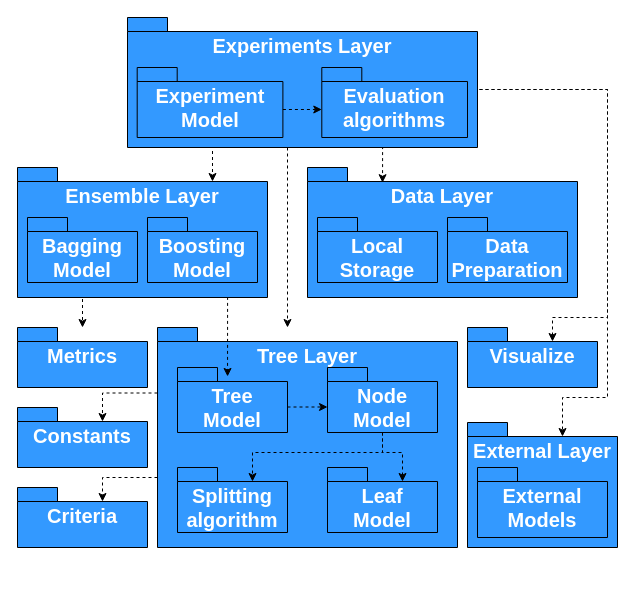
Before: page "Страница — 2" (2 of 2) of doc/BaseArchitecture2023.drawio in iuliivasilev/dev-survivors, a draw.io diagram. Source tidied: cells renumbered, new cells numbered last; positions are measured from the earlier drawing's top-left corner, leaving out a move shared by most shapes. Both pictures are drawn from the tidied source at 100%, with x=0, y=0 at pixel (17, 17).
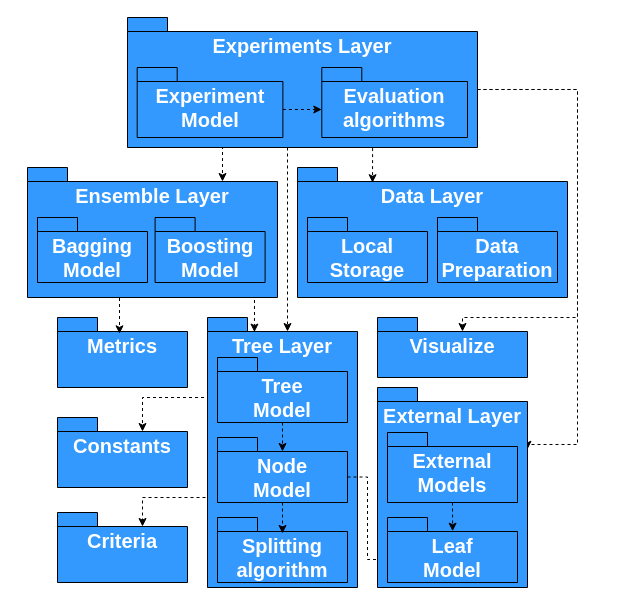
After the change.

The change refers to these unchanged cells:
```xml
<mxCell id="31" value="Experiments Layer" style="shape=folder;fontStyle=1;spacingTop=10;tabWidth=40;tabHeight=14;tabPosition=left;whiteSpace=wrap;labelBackgroundColor=none;fillColor=#3399FF;strokeColor=#000000;labelPosition=center;verticalLabelPosition=middle;align=center;verticalAlign=top;fontSize=20;fontColor=#FFFFFF;html=1;labelBorderColor=none;" parent="1" vertex="1">
  <mxGeometry x="110" width="350" height="130" as="geometry" />
</mxCell>
```

Change to the diagram source:
```diff
@@
     <mxCell id="2" value="Metrics" style="shape=folder;fontStyle=1;spacingTop=10;tabWidth=40;tabHeight=14;tabPosition=left;whiteSpace=wrap;labelBackgroundColor=none;fillColor=#3399FF;strokeColor=#000000;labelPosition=center;verticalLabelPosition=middle;align=center;verticalAlign=top;fontSize=20;fontColor=#FFFFFF;html=1;labelBorderColor=none;" parent="1" vertex="1">
-      <mxGeometry y="310" width="130" height="60" as="geometry" />
+      <mxGeometry x="40" y="300" width="130" height="70" as="geometry" />
     </mxCell>
     <mxCell id="3" value="Criteria" style="shape=folder;fontStyle=1;spacingTop=10;tabWidth=40;tabHeight=14;tabPosition=left;whiteSpace=wrap;labelBackgroundColor=none;fillColor=#3399FF;strokeColor=#000000;labelPosition=center;verticalLabelPosition=middle;align=center;verticalAlign=top;fontSize=20;fontColor=#FFFFFF;html=1;labelBorderColor=none;" parent="1" vertex="1">
-      <mxGeometry y="470" width="130" height="60" as="geometry" />
+      <mxGeometry x="40" y="495" width="130" height="70" as="geometry" />
     </mxCell>
@@
-    <mxCell id="5" style="edgeStyle=orthogonalEdgeStyle;rounded=0;jettySize=auto;exitX=0.25;exitY=1;exitDx=0;exitDy=0;exitPerimeter=0;dashed=1;fontColor=#FFFFFF;html=1;labelBorderColor=none;labelBackgroundColor=none;" parent="1" edge="1" source="18" target="2">
-      <mxGeometry relative="1" as="geometry">
-        <Array as="points">
-          <mxPoint x="65" y="270" />
-        </Array>
-      </mxGeometry>
-    </mxCell>
-    <mxCell id="6" value="Tree Layer" style="shape=folder;fontStyle=1;spacingTop=10;tabWidth=40;tabHeight=14;tabPosition=left;whiteSpace=wrap;labelBackgroundColor=none;fillColor=#3399FF;strokeColor=#000000;labelPosition=center;verticalLabelPosition=middle;align=center;verticalAlign=top;fontSize=20;fontColor=#FFFFFF;html=1;labelBorderColor=none;" parent="1" vertex="1">
-      <mxGeometry x="140" y="310" width="300" height="220" as="geometry" />
-    </mxCell>
-    <mxCell id="7" value="Splitting algorithm" style="shape=folder;fontStyle=1;spacingTop=10;tabWidth=40;tabHeight=14;tabPosition=left;whiteSpace=wrap;labelBackgroundColor=none;fillColor=#3399FF;strokeColor=#000000;labelPosition=center;verticalLabelPosition=middle;align=center;verticalAlign=top;fontSize=20;fontColor=#FFFFFF;html=1;labelBorderColor=none;" parent="1" vertex="1">
-      <mxGeometry x="160" y="450" width="110" height="65" as="geometry" />
-    </mxCell>
-    <mxCell id="8" value="Node Model" style="shape=folder;fontStyle=1;spacingTop=10;tabWidth=40;tabHeight=14;tabPosition=left;whiteSpace=wrap;labelBackgroundColor=none;fillColor=#3399FF;strokeColor=#000000;labelPosition=center;verticalLabelPosition=middle;align=center;verticalAlign=top;fontSize=20;fontColor=#FFFFFF;html=1;labelBorderColor=none;" parent="1" vertex="1">
-      <mxGeometry x="310" y="350" width="110" height="65" as="geometry" />
-    </mxCell>
-    <mxCell id="9" value="Tree&lt;br&gt;Model" style="shape=folder;fontStyle=1;spacingTop=10;tabWidth=40;tabHeight=14;tabPosition=left;whiteSpace=wrap;labelBackgroundColor=none;fillColor=#3399FF;strokeColor=#000000;labelPosition=center;verticalLabelPosition=middle;align=center;verticalAlign=top;fontSize=20;fontColor=#FFFFFF;html=1;labelBorderColor=none;" parent="1" vertex="1">
-      <mxGeometry x="160" y="350" width="110" height="65" as="geometry" />
-    </mxCell>
-    <mxCell id="10" value="Leaf&lt;br&gt;Model" style="shape=folder;fontStyle=1;spacingTop=10;tabWidth=40;tabHeight=14;tabPosition=left;whiteSpace=wrap;labelBackgroundColor=none;fillColor=#3399FF;strokeColor=#000000;labelPosition=center;verticalLabelPosition=middle;align=center;verticalAlign=top;fontSize=20;fontColor=#FFFFFF;html=1;labelBorderColor=none;" parent="1" vertex="1">
-      <mxGeometry x="310" y="450" width="110" height="65" as="geometry" />
-    </mxCell>
-    <mxCell id="11" style="edgeStyle=orthogonalEdgeStyle;rounded=0;jettySize=auto;exitX=0.5;exitY=1;exitDx=0;exitDy=0;exitPerimeter=0;entryX=0;entryY=0;entryDx=75;entryDy=14;entryPerimeter=0;dashed=1;fontColor=#FFFFFF;html=1;labelBorderColor=none;labelBackgroundColor=none;" parent="1" edge="1" source="8" target="7">
-      <mxGeometry relative="1" as="geometry">
-        <Array as="points">
-          <mxPoint x="365" y="435" />
-          <mxPoint x="235" y="435" />
-        </Array>
-      </mxGeometry>
-    </mxCell>
-    <mxCell id="12" style="edgeStyle=orthogonalEdgeStyle;rounded=0;jettySize=auto;exitX=0.5;exitY=1;exitDx=0;exitDy=0;exitPerimeter=0;entryX=0;entryY=0;entryDx=75;entryDy=14;entryPerimeter=0;dashed=1;fontColor=#FFFFFF;html=1;labelBorderColor=none;labelBackgroundColor=none;" parent="1" edge="1" source="8" target="10">
-      <mxGeometry relative="1" as="geometry" />
-    </mxCell>
-    <mxCell id="13" style="edgeStyle=orthogonalEdgeStyle;rounded=0;jettySize=auto;exitX=0;exitY=0;exitDx=110;exitDy=39.5;exitPerimeter=0;entryX=0;entryY=0;entryDx=0;entryDy=39.5;entryPerimeter=0;dashed=1;fontColor=#FFFFFF;html=1;labelBorderColor=none;labelBackgroundColor=none;" parent="1" edge="1" source="9" target="8">
-      <mxGeometry relative="1" as="geometry" />
-    </mxCell>
-    <mxCell id="14" style="edgeStyle=orthogonalEdgeStyle;rounded=0;jettySize=auto;exitX=0.75;exitY=1;exitDx=0;exitDy=0;exitPerimeter=0;entryX=0.455;entryY=0.138;entryDx=0;entryDy=0;entryPerimeter=0;dashed=1;fontColor=#FFFFFF;html=1;labelBorderColor=none;labelBackgroundColor=none;" parent="1" edge="1" source="18" target="9">
-      <mxGeometry relative="1" as="geometry">
-        <Array as="points">
-          <mxPoint x="210" y="270" />
-        </Array>
-      </mxGeometry>
-    </mxCell>
     <mxCell id="15" value="Data Layer" style="shape=folder;fontStyle=1;spacingTop=10;tabWidth=40;tabHeight=14;tabPosition=left;whiteSpace=wrap;labelBackgroundColor=none;fillColor=#3399FF;strokeColor=#000000;labelPosition=center;verticalLabelPosition=middle;align=center;verticalAlign=top;fontSize=20;fontColor=#FFFFFF;html=1;labelBorderColor=none;" parent="1" vertex="1">
-      <mxGeometry x="290" y="150" width="270" height="130" as="geometry" />
+      <mxGeometry x="280" y="150" width="270" height="130" as="geometry" />
     </mxCell>
     <mxCell id="16" value="Local&lt;br&gt;Storage" style="shape=folder;fontStyle=1;spacingTop=10;tabWidth=40;tabHeight=14;tabPosition=left;whiteSpace=wrap;labelBackgroundColor=none;fillColor=#3399FF;strokeColor=#000000;labelPosition=center;verticalLabelPosition=middle;align=center;verticalAlign=top;fontSize=20;fontColor=#FFFFFF;html=1;labelBorderColor=none;" parent="1" vertex="1">
-      <mxGeometry x="300" y="200" width="120" height="65" as="geometry" />
+      <mxGeometry x="290" y="200" width="120" height="65" as="geometry" />
     </mxCell>
     <mxCell id="17" value="Data Preparation" style="shape=folder;fontStyle=1;spacingTop=10;tabWidth=40;tabHeight=14;tabPosition=left;whiteSpace=wrap;labelBackgroundColor=none;fillColor=#3399FF;strokeColor=#000000;labelPosition=center;verticalLabelPosition=middle;align=center;verticalAlign=top;fontSize=20;fontColor=#FFFFFF;html=1;labelBorderColor=none;" parent="1" vertex="1">
-      <mxGeometry x="430" y="200" width="120" height="65" as="geometry" />
+      <mxGeometry x="420" y="200" width="120" height="65" as="geometry" />
     </mxCell>
     <mxCell id="18" value="Ensemble Layer" style="shape=folder;fontStyle=1;spacingTop=10;tabWidth=40;tabHeight=14;tabPosition=left;whiteSpace=wrap;labelBackgroundColor=none;fillColor=#3399FF;strokeColor=#000000;labelPosition=center;verticalLabelPosition=middle;align=center;verticalAlign=top;fontSize=20;fontColor=#FFFFFF;html=1;labelBorderColor=none;" parent="1" vertex="1">
-      <mxGeometry y="150" width="250" height="130" as="geometry" />
+      <mxGeometry x="10" y="150" width="250" height="130" as="geometry" />
     </mxCell>
     <mxCell id="19" value="Bagging Model" style="shape=folder;fontStyle=1;spacingTop=10;tabWidth=40;tabHeight=14;tabPosition=left;whiteSpace=wrap;labelBackgroundColor=none;fillColor=#3399FF;strokeColor=#000000;labelPosition=center;verticalLabelPosition=middle;align=center;verticalAlign=top;fontSize=20;fontColor=#FFFFFF;html=1;labelBorderColor=none;" parent="1" vertex="1">
-      <mxGeometry x="10" y="200" width="110" height="65" as="geometry" />
+      <mxGeometry x="20" y="200" width="110" height="65" as="geometry" />
     </mxCell>
     <mxCell id="20" value="Boosting Model" style="shape=folder;fontStyle=1;spacingTop=10;tabWidth=40;tabHeight=14;tabPosition=left;whiteSpace=wrap;labelBackgroundColor=none;fillColor=#3399FF;strokeColor=#000000;labelPosition=center;verticalLabelPosition=middle;align=center;verticalAlign=top;fontSize=20;fontColor=#FFFFFF;html=1;labelBorderColor=none;" parent="1" vertex="1">
-      <mxGeometry x="130" y="200" width="110" height="65" as="geometry" />
+      <mxGeometry x="137.6" y="200" width="110" height="65" as="geometry" />
     </mxCell>
-    <mxCell id="21" style="edgeStyle=orthogonalEdgeStyle;rounded=0;jettySize=auto;dashed=1;fontColor=#FFFFFF;html=1;labelBorderColor=none;labelBackgroundColor=none;" parent="1" edge="1" target="6">
-      <mxGeometry relative="1" as="geometry">
-        <mxPoint x="270" y="130" as="sourcePoint" />
-        <Array as="points">
-          <mxPoint x="270" y="130" />
-        </Array>
-      </mxGeometry>
-    </mxCell>
@@
     <mxCell id="23" value="Constants" style="shape=folder;fontStyle=1;spacingTop=10;tabWidth=40;tabHeight=14;tabPosition=left;whiteSpace=wrap;labelBackgroundColor=none;fillColor=#3399FF;strokeColor=#000000;labelPosition=center;verticalLabelPosition=middle;align=center;verticalAlign=top;fontSize=20;fontColor=#FFFFFF;html=1;labelBorderColor=none;" parent="1" vertex="1">
-      <mxGeometry y="390" width="130" height="60" as="geometry" />
+      <mxGeometry x="40" y="400" width="130" height="70" as="geometry" />
     </mxCell>
-    <mxCell id="24" style="edgeStyle=orthogonalEdgeStyle;rounded=0;jettySize=auto;entryX=0;entryY=0;entryDx=85;entryDy=14;entryPerimeter=0;dashed=1;fontColor=#FFFFFF;html=1;labelBorderColor=none;labelBackgroundColor=none;" parent="1" edge="1" target="3">
-      <mxGeometry relative="1" as="geometry">
-        <mxPoint x="140" y="460" as="sourcePoint" />
-        <Array as="points">
-          <mxPoint x="140" y="460" />
-          <mxPoint x="85" y="460" />
-        </Array>
-      </mxGeometry>
-    </mxCell>
     <mxCell id="25" style="edgeStyle=orthogonalEdgeStyle;rounded=0;jettySize=auto;exitX=0;exitY=0;exitDx=0;exitDy=65.5;exitPerimeter=0;entryX=0;entryY=0;entryDx=85;entryDy=14;entryPerimeter=0;dashed=1;fontColor=#FFFFFF;html=1;labelBorderColor=none;labelBackgroundColor=none;" parent="1" edge="1" source="6" target="23">
       <mxGeometry relative="1" as="geometry">
         <Array as="points">
-          <mxPoint x="85" y="375" />
+          <mxPoint x="190" y="380" />
+          <mxPoint x="125" y="380" />
         </Array>
       </mxGeometry>
     </mxCell>
-    <mxCell id="26" style="edgeStyle=orthogonalEdgeStyle;rounded=0;jettySize=auto;exitX=0;exitY=0;exitDx=340;exitDy=72;exitPerimeter=0;entryX=0;entryY=0;entryDx=85;entryDy=14;entryPerimeter=0;dashed=1;fontColor=#FFFFFF;html=1;labelBorderColor=none;labelBackgroundColor=none;" parent="1" edge="1" source="31" target="27">
-      <mxGeometry relative="1" as="geometry">
-        <Array as="points">
-          <mxPoint x="590" y="72" />
-          <mxPoint x="590" y="300" />
-          <mxPoint x="535" y="300" />
-        </Array>
-      </mxGeometry>
-    </mxCell>
     <mxCell id="27" value="Visualize" style="shape=folder;fontStyle=1;spacingTop=10;tabWidth=40;tabHeight=14;tabPosition=left;whiteSpace=wrap;labelBackgroundColor=none;fillColor=#3399FF;strokeColor=#000000;labelPosition=center;verticalLabelPosition=middle;align=center;verticalAlign=top;fontSize=20;fontColor=#FFFFFF;html=1;labelBorderColor=none;" parent="1" vertex="1">
-      <mxGeometry x="450" y="310" width="130" height="60" as="geometry" />
+      <mxGeometry x="360" y="300" width="150" height="60" as="geometry" />
     </mxCell>
-    <mxCell id="28" style="edgeStyle=orthogonalEdgeStyle;rounded=0;jettySize=auto;exitX=0;exitY=0;exitDx=340;exitDy=72;exitPerimeter=0;dashed=1;jumpStyle=line;entryX=0;entryY=0;entryDx=95;entryDy=14;entryPerimeter=0;fontColor=#FFFFFF;html=1;labelBorderColor=none;labelBackgroundColor=none;" parent="1" edge="1" source="31" target="29">
-      <mxGeometry relative="1" as="geometry">
-        <Array as="points">
-          <mxPoint x="590" y="72" />
-          <mxPoint x="590" y="380" />
-          <mxPoint x="545" y="380" />
-        </Array>
-      </mxGeometry>
-    </mxCell>
-    <mxCell id="29" value="External Layer" style="shape=folder;fontStyle=1;spacingTop=10;tabWidth=40;tabHeight=14;tabPosition=left;whiteSpace=wrap;labelBackgroundColor=none;fillColor=#3399FF;strokeColor=#000000;labelPosition=center;verticalLabelPosition=middle;align=center;verticalAlign=top;fontSize=20;fontColor=#FFFFFF;html=1;labelBorderColor=none;" parent="1" vertex="1">
-      <mxGeometry x="450" y="405" width="150" height="125" as="geometry" />
-    </mxCell>
-    <mxCell id="30" value="External Models" style="shape=folder;fontStyle=1;spacingTop=10;tabWidth=40;tabHeight=14;tabPosition=left;whiteSpace=wrap;labelBackgroundColor=none;fillColor=#3399FF;strokeColor=#000000;labelPosition=center;verticalLabelPosition=middle;align=center;verticalAlign=top;fontSize=20;fontColor=#FFFFFF;html=1;labelBorderColor=none;" parent="1" vertex="1">
-      <mxGeometry x="460" y="450" width="130" height="70" as="geometry" />
-    </mxCell>
@@
+    <mxCell id="35" style="edgeStyle=orthogonalEdgeStyle;rounded=0;jettySize=auto;html=1;exitX=0.75;exitY=1;exitDx=0;exitDy=0;exitPerimeter=0;entryX=0.313;entryY=0.054;entryDx=0;entryDy=0;entryPerimeter=0;dashed=1;" parent="1" edge="1" source="18" target="6">
+      <mxGeometry relative="1" as="geometry">
+        <Array as="points">
+          <mxPoint x="237" y="280" />
+        </Array>
+      </mxGeometry>
+    </mxCell>
+    <mxCell id="36" style="edgeStyle=orthogonalEdgeStyle;rounded=0;jettySize=auto;html=1;exitX=0;exitY=0;exitDx=0;exitDy=152;exitPerimeter=0;entryX=0;entryY=0;entryDx=85;entryDy=14;entryPerimeter=0;dashed=1;" parent="1" edge="1" source="6" target="3">
+      <mxGeometry relative="1" as="geometry">
+        <Array as="points">
+          <mxPoint x="190" y="480" />
+          <mxPoint x="125" y="480" />
+        </Array>
+      </mxGeometry>
+    </mxCell>
+    <mxCell id="28" style="edgeStyle=orthogonalEdgeStyle;rounded=0;jettySize=auto;html=1;exitX=0;exitY=0;exitDx=350;exitDy=72;exitPerimeter=0;entryX=0;entryY=0;entryDx=150;entryDy=61.75;entryPerimeter=0;dashed=1;" parent="1" edge="1" source="31" target="29">
+      <mxGeometry relative="1" as="geometry">
+        <Array as="points">
+          <mxPoint x="560" y="72" />
+          <mxPoint x="560" y="427" />
+        </Array>
+      </mxGeometry>
+    </mxCell>
+    <mxCell id="5" style="edgeStyle=orthogonalEdgeStyle;rounded=0;jettySize=auto;html=1;exitX=0.25;exitY=1;exitDx=0;exitDy=0;exitPerimeter=0;entryX=0.477;entryY=0.233;entryDx=0;entryDy=0;entryPerimeter=0;dashed=1;" parent="1" edge="1" source="18" target="2">
+      <mxGeometry relative="1" as="geometry">
+        <Array as="points">
+          <mxPoint x="102" y="280" />
+        </Array>
+      </mxGeometry>
+    </mxCell>
+    <mxCell id="6" value="Tree Layer" style="shape=folder;fontStyle=1;spacingTop=10;tabWidth=40;tabHeight=14;tabPosition=left;whiteSpace=wrap;labelBackgroundColor=none;fillColor=#3399FF;strokeColor=#000000;labelPosition=center;verticalLabelPosition=middle;align=center;verticalAlign=top;fontSize=20;fontColor=#FFFFFF;html=1;labelBorderColor=none;" parent="1" vertex="1">
+      <mxGeometry x="190" y="300" width="150" height="270" as="geometry" />
+    </mxCell>
+    <mxCell id="7" value="Splitting algorithm" style="shape=folder;fontStyle=1;spacingTop=10;tabWidth=40;tabHeight=14;tabPosition=left;whiteSpace=wrap;labelBackgroundColor=none;fillColor=#3399FF;strokeColor=#000000;labelPosition=center;verticalLabelPosition=middle;align=center;verticalAlign=top;fontSize=20;fontColor=#FFFFFF;html=1;labelBorderColor=none;" parent="1" vertex="1">
+      <mxGeometry x="200" y="500" width="130" height="65" as="geometry" />
+    </mxCell>
+    <mxCell id="8" value="Node &lt;br&gt;Model" style="shape=folder;fontStyle=1;spacingTop=10;tabWidth=40;tabHeight=14;tabPosition=left;whiteSpace=wrap;labelBackgroundColor=none;fillColor=#3399FF;strokeColor=#000000;labelPosition=center;verticalLabelPosition=middle;align=center;verticalAlign=top;fontSize=20;fontColor=#FFFFFF;html=1;labelBorderColor=none;" parent="1" vertex="1">
+      <mxGeometry x="200" y="420" width="130" height="65" as="geometry" />
+    </mxCell>
+    <mxCell id="9" value="Tree&lt;br&gt;Model" style="shape=folder;fontStyle=1;spacingTop=10;tabWidth=40;tabHeight=14;tabPosition=left;whiteSpace=wrap;labelBackgroundColor=none;fillColor=#3399FF;strokeColor=#000000;labelPosition=center;verticalLabelPosition=middle;align=center;verticalAlign=top;fontSize=20;fontColor=#FFFFFF;html=1;labelBorderColor=none;" parent="1" vertex="1">
+      <mxGeometry x="200" y="340" width="130" height="65" as="geometry" />
+    </mxCell>
+    <mxCell id="13" style="edgeStyle=orthogonalEdgeStyle;rounded=0;jettySize=auto;html=1;exitX=0.5;exitY=1;exitDx=0;exitDy=0;exitPerimeter=0;entryX=0.5;entryY=0.215;entryDx=0;entryDy=0;entryPerimeter=0;dashed=1;" parent="1" edge="1" source="9" target="8">
+      <mxGeometry relative="1" as="geometry" />
+    </mxCell>
+    <mxCell id="11" style="edgeStyle=orthogonalEdgeStyle;rounded=0;jettySize=auto;html=1;exitX=0.5;exitY=1;exitDx=0;exitDy=0;exitPerimeter=0;entryX=0.5;entryY=0.246;entryDx=0;entryDy=0;entryPerimeter=0;dashed=1;" parent="1" edge="1" source="8" target="7">
+      <mxGeometry relative="1" as="geometry" />
+    </mxCell>
+    <mxCell id="26" style="edgeStyle=orthogonalEdgeStyle;rounded=0;jettySize=auto;html=1;exitX=0;exitY=0;exitDx=350;exitDy=72;exitPerimeter=0;entryX=0;entryY=0;entryDx=85;entryDy=14;entryPerimeter=0;dashed=1;" parent="1" edge="1" source="31" target="27">
+      <mxGeometry relative="1" as="geometry">
+        <Array as="points">
+          <mxPoint x="560" y="72" />
+          <mxPoint x="560" y="300" />
+          <mxPoint x="445" y="300" />
+        </Array>
+      </mxGeometry>
+    </mxCell>
+    <mxCell id="12" style="edgeStyle=orthogonalEdgeStyle;rounded=0;jettySize=auto;html=1;exitX=0;exitY=0;exitDx=130;exitDy=39.5;exitPerimeter=0;entryX=0;entryY=0;entryDx=0;entryDy=42;entryPerimeter=0;dashed=1;" parent="1" edge="1" source="8" target="10">
+      <mxGeometry relative="1" as="geometry" />
+    </mxCell>
+    <mxCell id="37" style="edgeStyle=orthogonalEdgeStyle;rounded=0;orthogonalLoop=1;jettySize=auto;html=1;dashed=1;" parent="1" edge="1">
+      <mxGeometry relative="1" as="geometry">
+        <mxPoint x="270" y="130" as="sourcePoint" />
+        <mxPoint x="270" y="314" as="targetPoint" />
+        <Array as="points">
+          <mxPoint x="270" y="130" />
+          <mxPoint x="270" y="314" />
+        </Array>
+      </mxGeometry>
+    </mxCell>
+    <mxCell id="29" value="External Layer" style="shape=folder;fontStyle=1;spacingTop=10;tabWidth=40;tabHeight=14;tabPosition=left;whiteSpace=wrap;labelBackgroundColor=none;fillColor=#3399FF;strokeColor=#000000;labelPosition=center;verticalLabelPosition=middle;align=center;verticalAlign=top;fontSize=20;fontColor=#FFFFFF;html=1;labelBorderColor=none;" parent="1" vertex="1">
+      <mxGeometry x="360" y="370" width="150" height="200" as="geometry" />
+    </mxCell>
+    <mxCell id="30" value="External Models" style="shape=folder;fontStyle=1;spacingTop=10;tabWidth=40;tabHeight=14;tabPosition=left;whiteSpace=wrap;labelBackgroundColor=none;fillColor=#3399FF;strokeColor=#000000;labelPosition=center;verticalLabelPosition=middle;align=center;verticalAlign=top;fontSize=20;fontColor=#FFFFFF;html=1;labelBorderColor=none;" parent="1" vertex="1">
+      <mxGeometry x="370" y="415" width="130" height="70" as="geometry" />
+    </mxCell>
+    <mxCell id="10" value="Leaf&lt;br&gt;Model" style="shape=folder;fontStyle=1;spacingTop=10;tabWidth=40;tabHeight=14;tabPosition=left;whiteSpace=wrap;labelBackgroundColor=none;fillColor=#3399FF;strokeColor=#000000;labelPosition=center;verticalLabelPosition=middle;align=center;verticalAlign=top;fontSize=20;fontColor=#FFFFFF;html=1;labelBorderColor=none;" parent="1" vertex="1">
+      <mxGeometry x="370" y="500" width="130" height="65" as="geometry" />
+    </mxCell>
+    <mxCell id="38" style="edgeStyle=orthogonalEdgeStyle;rounded=0;jettySize=auto;html=1;exitX=0.5;exitY=1;exitDx=0;exitDy=0;exitPerimeter=0;dashed=1;entryX=0.501;entryY=0.211;entryDx=0;entryDy=0;entryPerimeter=0;" parent="1" edge="1" source="30" target="10">
+      <mxGeometry relative="1" as="geometry" />
+    </mxCell>
```
